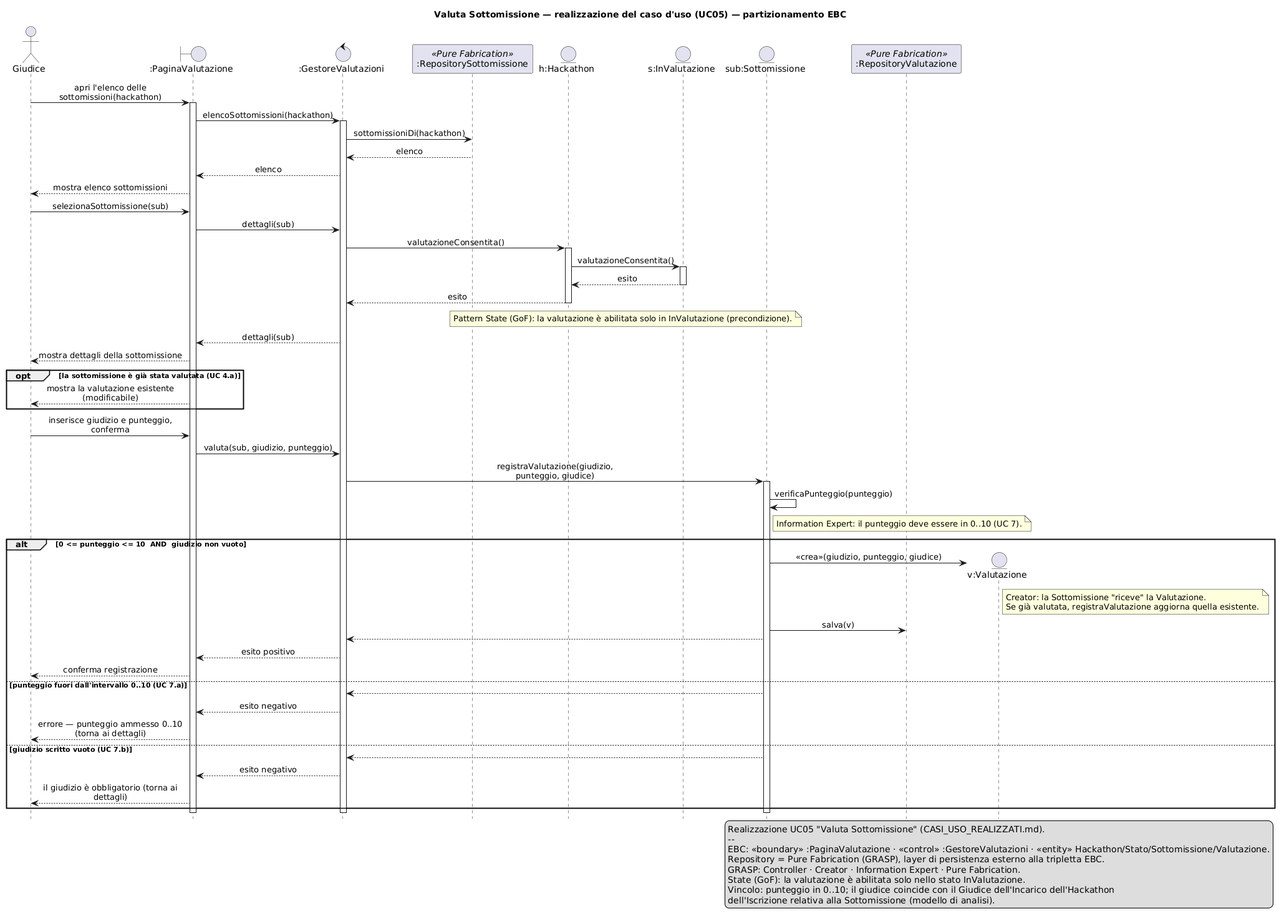
Before: iterazione1/diagrammiSequenza/valutaSottomissione/SEQ_ValutaSottomissione.png, a diagram exported from PlantUML (rizzutomatteo/HackHub-Appoggio). The source it was exported from:
```plantuml
@startuml SEQ_ValutaSottomissione
hide footbox
skinparam shadowing false
skinparam sequenceMessageAlign center
skinparam maxMessageSize 250

title Valuta Sottomissione — realizzazione del caso d'uso (UC05) — partizionamento EBC

actor "Giudice" as Giu
boundary ":PaginaValutazione" as B
control ":GestoreValutazioni" as GV
participant ":RepositorySottomissione" as RS <<Pure Fabrication>>
entity "h:Hackathon" as H
entity "s:InValutazione" as S
entity "sub:Sottomissione" as Sub
participant ":RepositoryValutazione" as RV <<Pure Fabrication>>

Giu -> B : apri l'elenco delle sottomissioni(hackathon)
activate B
B -> GV : elencoSottomissioni(hackathon)
activate GV
GV -> RS : sottomissioniDi(hackathon)
RS --> GV : elenco
GV --> B : elenco
B --> Giu : mostra elenco sottomissioni

Giu -> B : selezionaSottomissione(sub)
B -> GV : dettagli(sub)
GV -> H : valutazioneConsentita()
activate H
H -> S : valutazioneConsentita()
activate S
S --> H : esito
deactivate S
H --> GV : esito
deactivate H
note over H, S : Pattern State (GoF): la valutazione è abilitata solo in InValutazione (precondizione).
GV --> B : dettagli(sub)
B --> Giu : mostra dettagli della sottomissione

opt la sottomissione è già stata valutata (UC 4.a)
    B --> Giu : mostra la valutazione esistente (modificabile)
end

Giu -> B : inserisce giudizio e punteggio, conferma
B -> GV : valuta(sub, giudizio, punteggio)
GV -> Sub : registraValutazione(giudizio, punteggio, giudice)
activate Sub
Sub -> Sub : verificaPunteggio(punteggio)
note right of Sub : Information Expert: il punteggio deve essere in 0..10 (UC 7).

alt 0 <= punteggio <= 10  AND  giudizio non vuoto
    create entity "v:Valutazione" as V
    Sub -> V : «crea»(giudizio, punteggio, giudice)
    note right of V
      Creator: la Sottomissione "riceve" la Valutazione.
      Se già valutata, registraValutazione aggiorna quella esistente.
    end note
    Sub -> RV : salva(v)
    Sub --> GV
    GV --> B : esito positivo
    B --> Giu : conferma registrazione
else punteggio fuori dall'intervallo 0..10 (UC 7.a)
    Sub --> GV
    GV --> B : esito negativo
    B --> Giu : errore — punteggio ammesso 0..10 (torna ai dettagli)
else giudizio scritto vuoto (UC 7.b)
    Sub --> GV
    GV --> B : esito negativo
    B --> Giu : il giudizio è obbligatorio (torna ai dettagli)
end
deactivate Sub
deactivate GV
deactivate B

legend right
  Realizzazione UC05 "Valuta Sottomissione" (CASI_USO_REALIZZATI.md).
  --
  EBC: «boundary» :PaginaValutazione · «control» :GestoreValutazioni · «entity» Hackathon/Stato/Sottomissione/Valutazione.
  Repository = Pure Fabrication (GRASP), layer di persistenza esterno alla tripletta EBC.
  GRASP: Controller · Creator · Information Expert · Pure Fabrication.
  State (GoF): la valutazione è abilitata solo nello stato InValutazione.
  Vincolo: punteggio in 0..10; il giudice coincide con il Giudice dell'Incarico dell'Hackathon
  dell'Iscrizione relativa alla Sottomissione (modello di analisi).
endlegend
@enduml
```
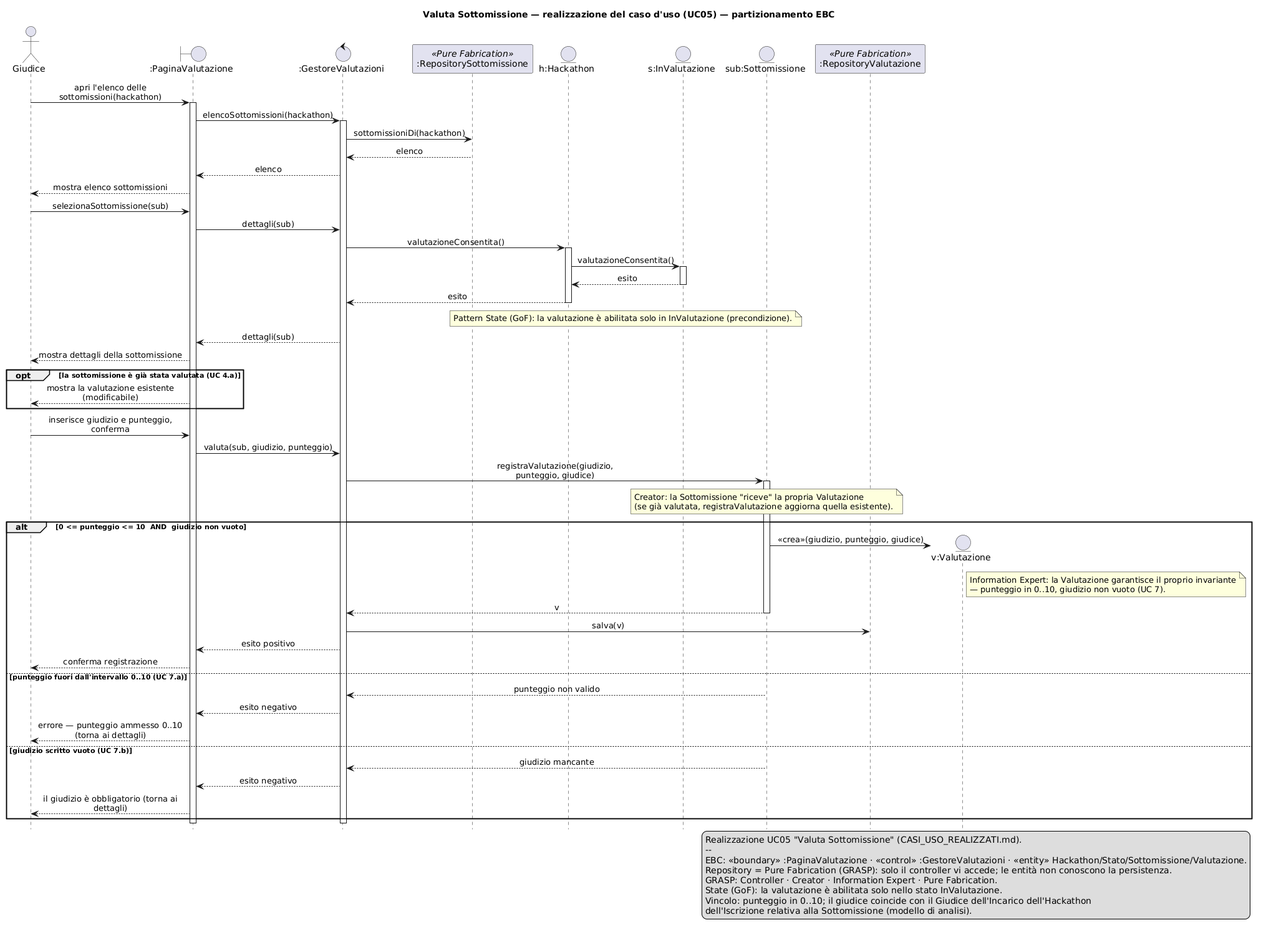
After the change.

Commit message:
Corregge l'applicazione dei principi GRASP nei diagrammi di sequenza EBC

Diff of the diagram source:
```diff
@@ -46,30 +46,34 @@
 B -> GV : valuta(sub, giudizio, punteggio)
 GV -> Sub : registraValutazione(giudizio, punteggio, giudice)
 activate Sub
-Sub -> Sub : verificaPunteggio(punteggio)
-note right of Sub : Information Expert: il punteggio deve essere in 0..10 (UC 7).
+note over Sub
+  Creator: la Sottomissione "riceve" la propria Valutazione
+  (se già valutata, registraValutazione aggiorna quella esistente).
+end note
 
 alt 0 <= punteggio <= 10  AND  giudizio non vuoto
     create entity "v:Valutazione" as V
     Sub -> V : «crea»(giudizio, punteggio, giudice)
     note right of V
-      Creator: la Sottomissione "riceve" la Valutazione.
-      Se già valutata, registraValutazione aggiorna quella esistente.
+      Information Expert: la Valutazione garantisce il proprio invariante
+      — punteggio in 0..10, giudizio non vuoto (UC 7).
     end note
-    Sub -> RV : salva(v)
-    Sub --> GV
+    Sub --> GV : v
+    deactivate Sub
+    GV -> RV : salva(v)
     GV --> B : esito positivo
     B --> Giu : conferma registrazione
 else punteggio fuori dall'intervallo 0..10 (UC 7.a)
-    Sub --> GV
+    Sub --> GV : punteggio non valido
+    deactivate Sub
     GV --> B : esito negativo
     B --> Giu : errore — punteggio ammesso 0..10 (torna ai dettagli)
 else giudizio scritto vuoto (UC 7.b)
-    Sub --> GV
+    Sub --> GV : giudizio mancante
+    deactivate Sub
     GV --> B : esito negativo
     B --> Giu : il giudizio è obbligatorio (torna ai dettagli)
 end
-deactivate Sub
 deactivate GV
 deactivate B
 
@@ -77,7 +81,7 @@
   Realizzazione UC05 "Valuta Sottomissione" (CASI_USO_REALIZZATI.md).
   --
   EBC: «boundary» :PaginaValutazione · «control» :GestoreValutazioni · «entity» Hackathon/Stato/Sottomissione/Valutazione.
-  Repository = Pure Fabrication (GRASP), layer di persistenza esterno alla tripletta EBC.
+  Repository = Pure Fabrication (GRASP): solo il controller vi accede; le entità non conoscono la persistenza.
   GRASP: Controller · Creator · Information Expert · Pure Fabrication.
   State (GoF): la valutazione è abilitata solo nello stato InValutazione.
   Vincolo: punteggio in 0..10; il giudice coincide con il Giudice dell'Incarico dell'Hackathon
```
